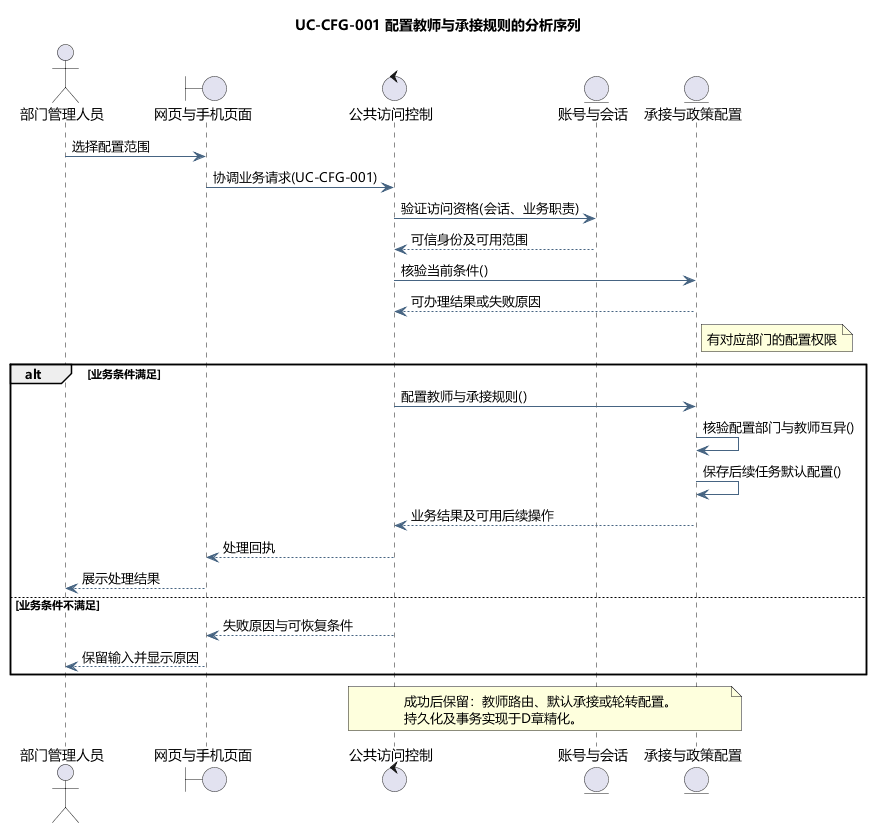
Above: docs/diagrams/analysis/seq-uc-cfg-001.png in tccc1csu/miniprogram-csu (PlantUML), before the change.
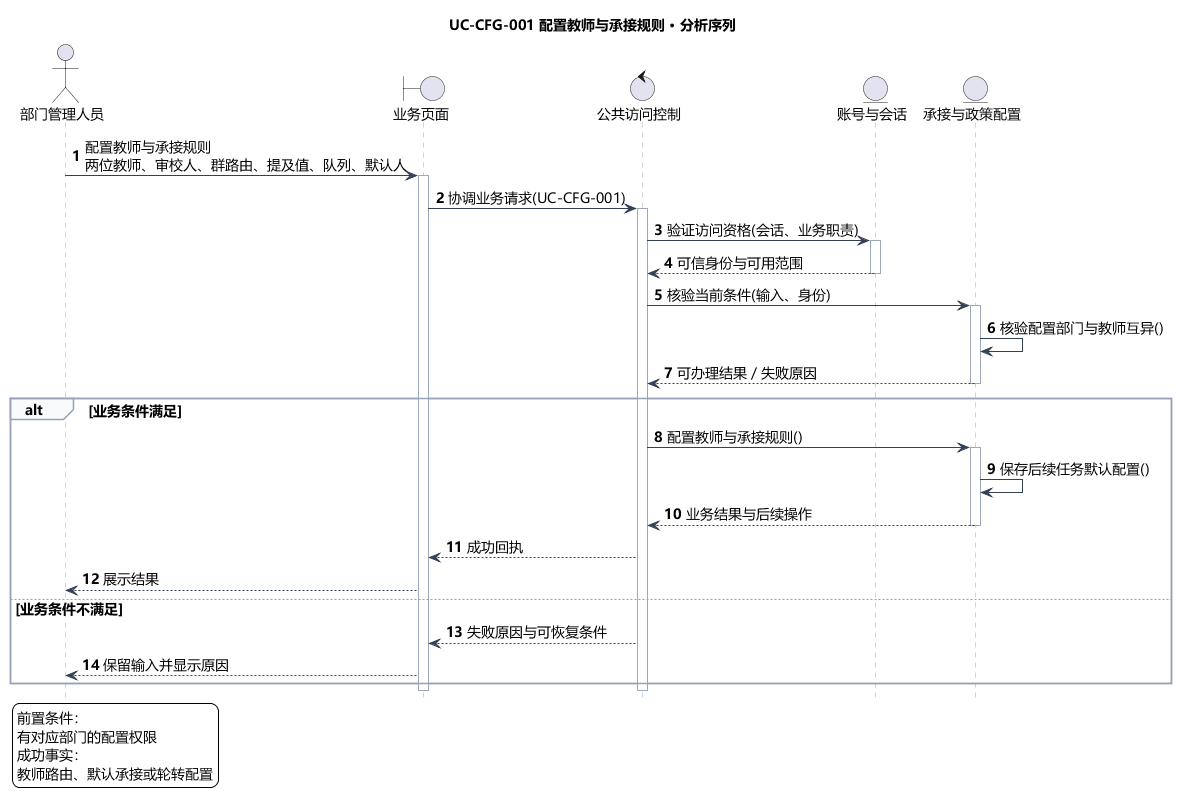
The same file after the commit.

The edit, as a diff of the source:
```diff
@@ -5,35 +5,53 @@
 skinparam ArrowColor #466482
 skinparam classAttributeIconSize 0
 hide empty members
-title UC-CFG-001 配置教师与承接规则的分析序列
+skinparam defaultFontSize 14
+skinparam sequenceLifeLineBorderColor #9AA8B8
+skinparam sequenceArrowColor #334155
+skinparam sequenceGroupBorderColor #94A3B8
+skinparam sequenceGroupBackgroundColor #F8FAFC
+skinparam sequenceParticipantPadding 18
+skinparam maxMessageSize 240
+hide footbox
+autonumber
+title UC-CFG-001 配置教师与承接规则 · 分析序列
 actor "部门管理人员" as actor
-boundary "网页与手机页面" as page
+boundary "业务页面" as page
 control "公共访问控制" as ctl
 entity "账号与会话" as identity
 entity "承接与政策配置" as model
-actor -> page : 选择配置范围
+actor -> page : 配置教师与承接规则\n两位教师、审校人、群路由、提及值、队列、默认人
+activate page
 page -> ctl : 协调业务请求(UC-CFG-001)
+activate ctl
 ctl -> identity : 验证访问资格(会话、业务职责)
-identity --> ctl : 可信身份及可用范围
-ctl -> model : 核验当前条件()
-model --> ctl : 可办理结果或失败原因
-note right of model
-有对应部门的配置权限
-end note
+activate identity
+identity --> ctl : 可信身份与可用范围
+deactivate identity
+ctl -> model : 核验当前条件(输入、身份)
+activate model
+model -> model : 核验配置部门与教师互异()
+model --> ctl : 可办理结果／失败原因
+deactivate model
 alt 业务条件满足
 ctl -> model : 配置教师与承接规则()
-model -> model : 核验配置部门与教师互异()
+activate model
 model -> model : 保存后续任务默认配置()
-model --> ctl : 业务结果及可用后续操作
-ctl --> page : 处理回执
-page --> actor : 展示处理结果
+model --> ctl : 业务结果与后续操作
+deactivate model
+ctl --> page : 成功回执
+page --> actor : 展示结果
 else 业务条件不满足
 ctl --> page : 失败原因与可恢复条件
 page --> actor : 保留输入并显示原因
 end
-note over ctl,model
-成功后保留：教师路由、默认承接或轮转配置。
-持久化及事务实现于D章精化。
-end note
+deactivate ctl
+deactivate page
+legend bottom left
+前置条件：
+有对应部门的配置权限
+成功事实：
+教师路由、默认承接或轮转配置
+endlegend
 
 @enduml
```
